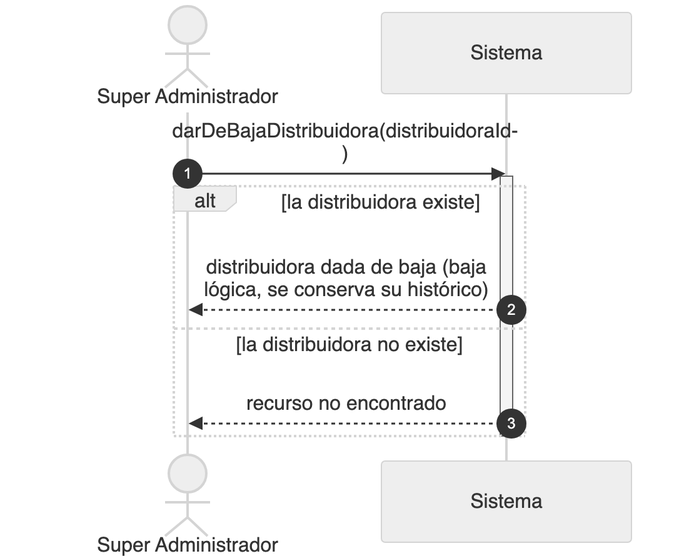
This is diagramas/png/DSS_CU-055_Dar-De-Baja-Una-Distribuidora.png from Nahuelito-Dev/splg-docs, a Mermaid export, as it was before one commit. Its source is kept beside it as diagramas/DSS_CU-055_Dar-De-Baja-Una-Distribuidora.mmd.
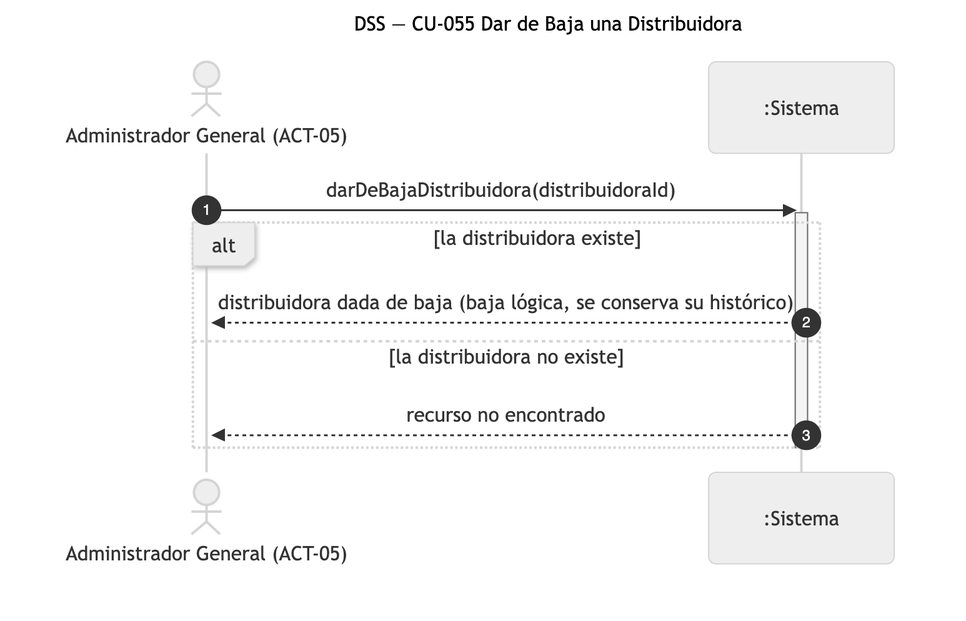
After the commit.

What changed in the source:
```diff
@@ -1,8 +1,8 @@
 sequenceDiagram
-    title DSS — CU-055 Dar De Baja Una Distribuidora
+    title DSS — CU-055 Dar de Baja una Distribuidora
     autonumber
-    actor SUP as Super Administrador
-    participant SIS as Sistema
+    actor SUP as Administrador General (ACT-05)
+    participant SIS as :Sistema
 
     SUP->>SIS: darDeBajaDistribuidora(distribuidoraId)
     activate SIS
```
